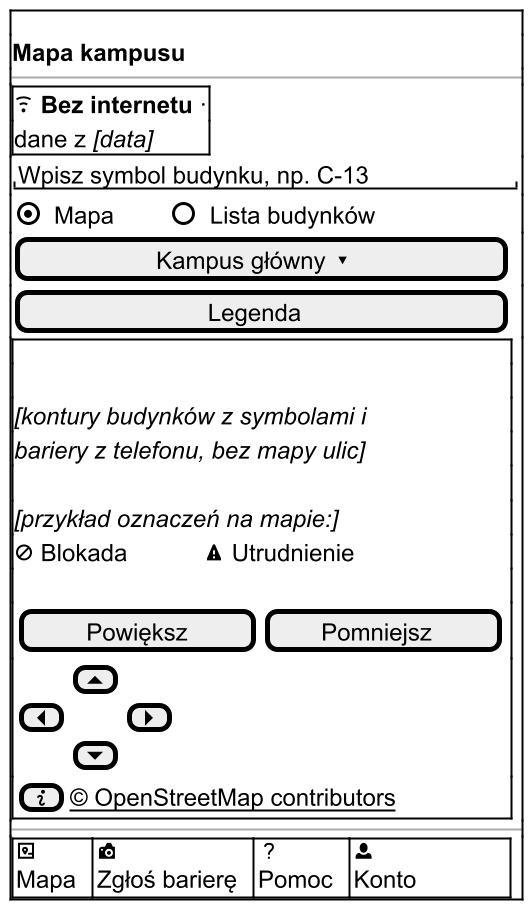
dostepny-kampus/dostepny-kampus keeps this PlantUML diagram as docs/docs/_generated/m-v1-mapa-brak-sieci.png. Above is the earlier version.
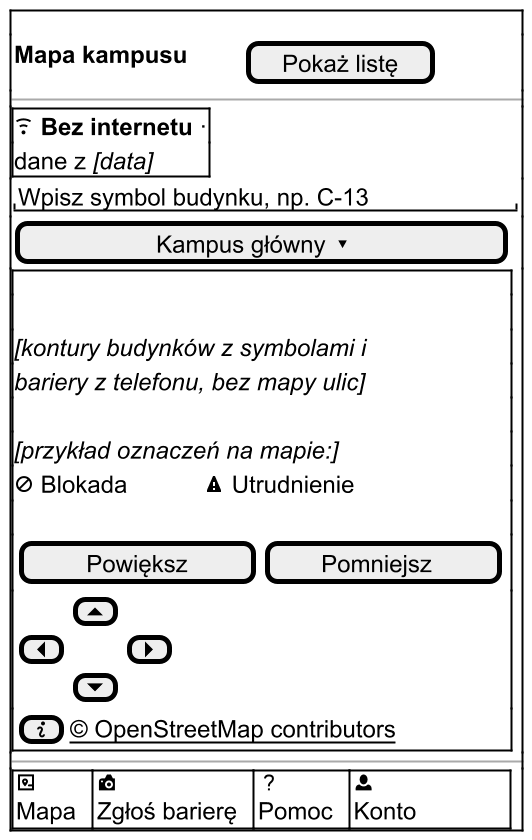
The same diagram one commit later.

The edit, as a diff of the source:
```diff
@@ -3,12 +3,10 @@
 !include _wspolne.iuml
 !include _odwiedzajacy.iuml
 $ekran_poczatek()
-$naglowek_startowy("Mapa kampusu")
+$naglowek_mapy("Pokaż listę")
 $brak_internetu("dane z <i>[data]</i>")
 $pole_tekstowe("Wpisz symbol budynku, np. C-13")
-$przelacznik("Mapa", "Lista budynków", 1)
 $przycisk("Kampus główny ▾")
-$przycisk("Legenda")
 $mapa("kontury budynków z symbolami i bariery z telefonu, bez mapy ulic", $blokada() + $dk_spacje(6) + $utrudnienie(), "info")
 $pasek_dolny_konto()
 $ekran_koniec()
```
